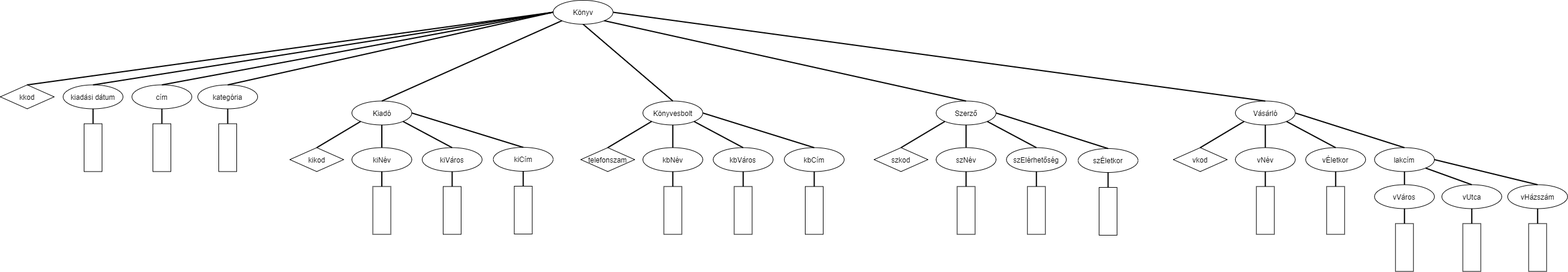
Earlier version of the draw.io export XMLTaskI3I4BP/XDMI3I4BP.png (daninemcsik/I3I4BP_XMLGyak). Source tidied: cells renumbered, new cells last; positions are measured from the earlier drawing's top-left corner, leaving out a move shared by most shapes.
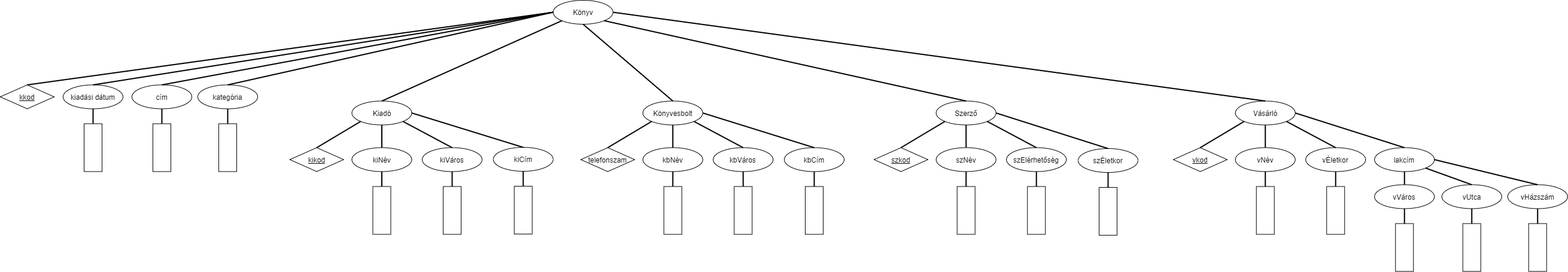
After the change.

Commit message:
ER, XDM modell és jegyzőkönyv szerkesztés

What changed in the source:
```diff
@@ -8,7 +8,7 @@
     <mxCell id="3" value="Kiadó" style="ellipse;whiteSpace=wrap;html=1;" parent="1" vertex="1">
       <mxGeometry x="587.5" y="168.5" width="100" height="40" as="geometry" />
     </mxCell>
-    <mxCell id="4" value="kkod" style="rhombus;whiteSpace=wrap;html=1;" parent="1" vertex="1">
+    <mxCell id="4" value="kkod" style="rhombus;whiteSpace=wrap;html=1;fontStyle=4;" parent="1" vertex="1">
       <mxGeometry y="141.5" width="90" height="40" as="geometry" />
     </mxCell>
     <mxCell id="5" style="rounded=0;whiteSpace=wrap;html=1;fontSize=12;" parent="1" vertex="1">
@@ -17,7 +17,7 @@
     <mxCell id="6" style="endArrow=none;html=1;rounded=0;fontSize=12;strokeWidth=2;entryX=0;entryY=0.5;entryDx=0;entryDy=0;exitX=0.5;exitY=0;exitDx=0;exitDy=0;" parent="1" edge="1" source="4" target="2">
       <mxGeometry relative="1" as="geometry" />
     </mxCell>
-    <mxCell id="7" value="kikod" style="rhombus;whiteSpace=wrap;html=1;" parent="1" vertex="1">
+    <mxCell id="7" value="kikod" style="rhombus;whiteSpace=wrap;html=1;fontStyle=4;" parent="1" vertex="1">
       <mxGeometry x="483.8" y="246.5" width="90" height="40" as="geometry" />
     </mxCell>
     <mxCell id="8" value="kiadási dátum" style="ellipse;whiteSpace=wrap;html=1;fontSize=12;" parent="1" vertex="1">
@@ -122,7 +122,7 @@
     <mxCell id="41" value="Szerző" style="ellipse;whiteSpace=wrap;html=1;" parent="1" vertex="1">
       <mxGeometry x="1563.8" y="168.5" width="100" height="40" as="geometry" />
     </mxCell>
-    <mxCell id="42" value="szkod" style="rhombus;whiteSpace=wrap;html=1;" parent="1" vertex="1">
+    <mxCell id="42" value="szkod" style="rhombus;whiteSpace=wrap;html=1;fontStyle=4;" parent="1" vertex="1">
       <mxGeometry x="1460" y="246.5" width="90" height="40" as="geometry" />
     </mxCell>
     <mxCell id="43" style="rounded=0;whiteSpace=wrap;html=1;fontSize=12;" parent="1" vertex="1">
@@ -158,7 +158,7 @@
     <mxCell id="53" value="Vásárló" style="ellipse;whiteSpace=wrap;html=1;" parent="1" vertex="1">
       <mxGeometry x="2063.8" y="168.5" width="100" height="40" as="geometry" />
     </mxCell>
-    <mxCell id="54" value="vkod" style="rhombus;whiteSpace=wrap;html=1;" parent="1" vertex="1">
+    <mxCell id="54" value="vkod" style="rhombus;whiteSpace=wrap;html=1;fontStyle=4;" parent="1" vertex="1">
       <mxGeometry x="1960" y="246.5" width="90" height="40" as="geometry" />
     </mxCell>
     <mxCell id="55" style="rounded=0;whiteSpace=wrap;html=1;fontSize=12;" parent="1" vertex="1">
```
